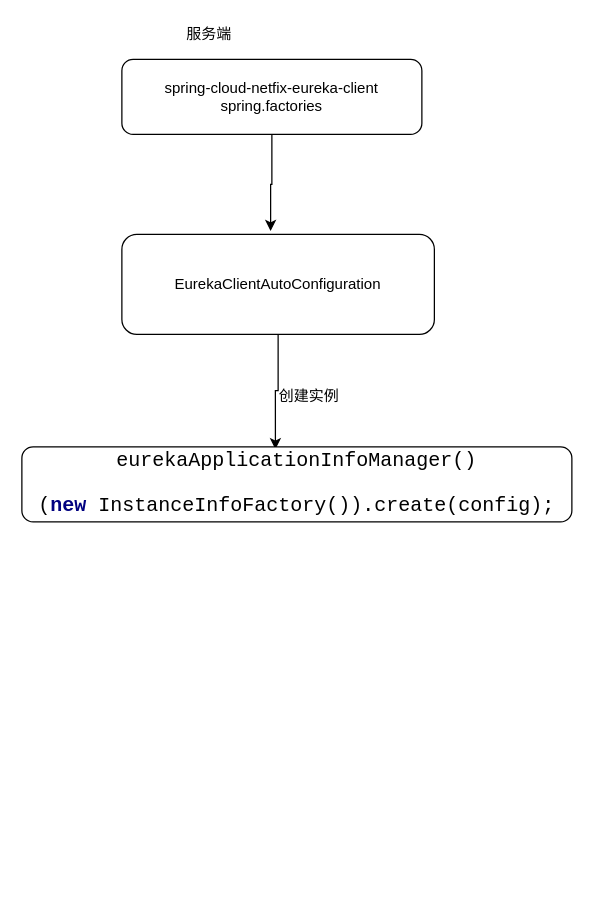
liu911025/drawio keeps this draw.io diagram as wyy-SpringCloud-eureka.drawio.drawio. Above is the earlier version. Source tidied: cells renumbered, new cells numbered last; positions are measured from the earlier drawing's top-left corner, leaving out a move shared by most shapes. Both pictures are drawn from the tidied source at 125%, with x=0, y=0 at pixel (21, 21).
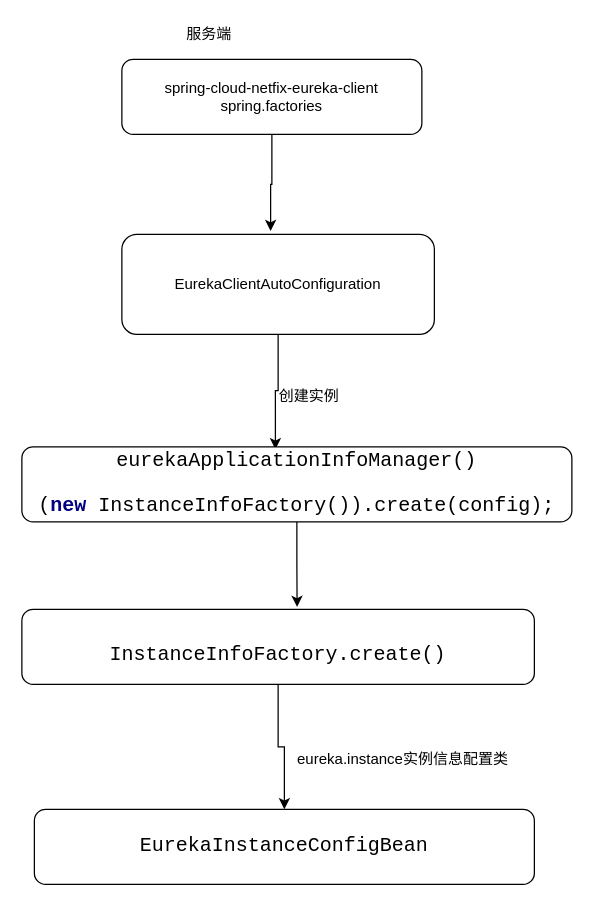
The same diagram, later.

Change to the diagram source:
```diff
@@
 <mxGraphModel>
   <root>
     <mxCell id="0" />
     <mxCell id="1" parent="0" />
     <mxCell id="2" value="服务端" style="text;html=1;strokeColor=none;fillColor=none;align=center;verticalAlign=middle;whiteSpace=wrap;rounded=0;" parent="1" vertex="1">
       <mxGeometry x="130" width="40" height="20" as="geometry" />
     </mxCell>
     <mxCell id="3" style="edgeStyle=orthogonalEdgeStyle;rounded=0;jettySize=auto;html=1;exitX=0.5;exitY=1;exitDx=0;exitDy=0;entryX=0.476;entryY=-0.033;entryDx=0;entryDy=0;entryPerimeter=0;" parent="1" edge="1" source="4" target="6">
       <mxGeometry relative="1" as="geometry" />
     </mxCell>
     <mxCell id="4" value="spring-cloud-netfix-eureka-client&lt;br&gt;spring.factories" style="rounded=1;whiteSpace=wrap;html=1;" parent="1" vertex="1">
       <mxGeometry x="80" y="30" width="240" height="60" as="geometry" />
     </mxCell>
     <mxCell id="5" style="edgeStyle=orthogonalEdgeStyle;rounded=0;jettySize=auto;html=1;entryX=0.461;entryY=0.033;entryDx=0;entryDy=0;entryPerimeter=0;" parent="1" edge="1" source="6" target="7">
       <mxGeometry relative="1" as="geometry" />
     </mxCell>
     <mxCell id="6" value="EurekaClientAutoConfiguration" style="rounded=1;whiteSpace=wrap;html=1;" parent="1" vertex="1">
       <mxGeometry x="80" y="170" width="250" height="80" as="geometry" />
     </mxCell>
+    <mxCell id="9" style="edgeStyle=orthogonalEdgeStyle;rounded=0;jettySize=auto;html=1;exitX=0.5;exitY=1;exitDx=0;exitDy=0;entryX=0.537;entryY=-0.033;entryDx=0;entryDy=0;entryPerimeter=0;" parent="1" edge="1" source="7" target="11">
+      <mxGeometry relative="1" as="geometry" />
+    </mxCell>
     <mxCell id="7" value="&lt;pre style=&quot;background-color: rgb(255 , 255 , 255) ; font-size: 12pt&quot;&gt;eurekaApplicationInfoManager()&lt;/pre&gt;&lt;pre style=&quot;background-color: rgb(255 , 255 , 255) ; font-size: 12pt&quot;&gt;&lt;pre style=&quot;font-size: 12pt&quot;&gt;(&lt;span style=&quot;color: #000080 ; font-weight: bold&quot;&gt;new &lt;/span&gt;InstanceInfoFactory()).create(config);&lt;/pre&gt;&lt;/pre&gt;" style="rounded=1;whiteSpace=wrap;html=1;" parent="1" vertex="1">
       <mxGeometry y="340" width="440" height="60" as="geometry" />
     </mxCell>
     <mxCell id="8" value="创建实例" style="text;html=1;strokeColor=none;fillColor=none;align=center;verticalAlign=middle;whiteSpace=wrap;rounded=0;" parent="1" vertex="1">
       <mxGeometry x="200" y="290" width="60" height="20" as="geometry" />
     </mxCell>
+    <mxCell id="10" style="edgeStyle=orthogonalEdgeStyle;rounded=0;jettySize=auto;html=1;exitX=0.5;exitY=1;exitDx=0;exitDy=0;entryX=0.5;entryY=0;entryDx=0;entryDy=0;" parent="1" edge="1" source="11" target="12">
+      <mxGeometry relative="1" as="geometry" />
+    </mxCell>
+    <mxCell id="11" value="&lt;br&gt;&lt;br&gt;&lt;pre style=&quot;color: rgb(0 , 0 , 0) ; font-size: 12pt ; font-style: normal ; font-weight: 400 ; letter-spacing: normal ; text-align: center ; text-indent: 0px ; text-transform: none ; word-spacing: 0px&quot;&gt;InstanceInfoFactory.create()&lt;/pre&gt;&lt;br&gt;" style="rounded=1;whiteSpace=wrap;html=1;" parent="1" vertex="1">
+      <mxGeometry y="470" width="410" height="60" as="geometry" />
+    </mxCell>
+    <mxCell id="12" value="&lt;pre style=&quot;background-color: rgb(255 , 255 , 255) ; font-size: 12pt&quot;&gt;EurekaInstanceConfigBean&lt;/pre&gt;" style="rounded=1;whiteSpace=wrap;html=1;" parent="1" vertex="1">
+      <mxGeometry x="10" y="630" width="400" height="60" as="geometry" />
+    </mxCell>
+    <mxCell id="13" value="eureka.instance实例信息配置类" style="text;html=1;strokeColor=none;fillColor=none;align=center;verticalAlign=middle;whiteSpace=wrap;rounded=0;" parent="1" vertex="1">
+      <mxGeometry x="210" y="580" width="190" height="20" as="geometry" />
+    </mxCell>
   </root>
 </mxGraphModel>
```
